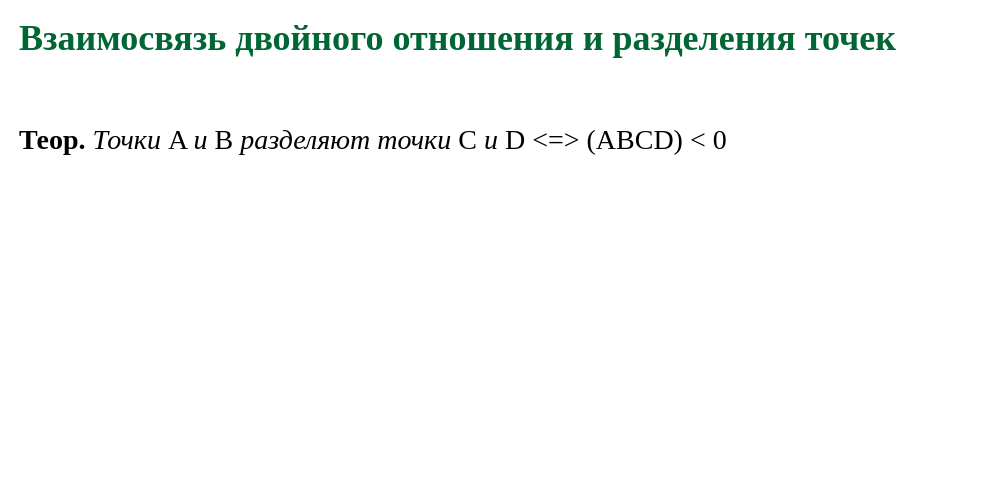
Above: page "p14" (14 of 14) of slides/point_ratio.drawio in amcp-pit/geom_course (draw.io), before the change. Source tidied: cells renumbered, new cells numbered last; positions are measured from the earlier drawing's top-left corner, leaving out a move shared by most shapes. Both pictures are drawn from the tidied source at 100%, with x=0, y=0 at pixel (17, 28).
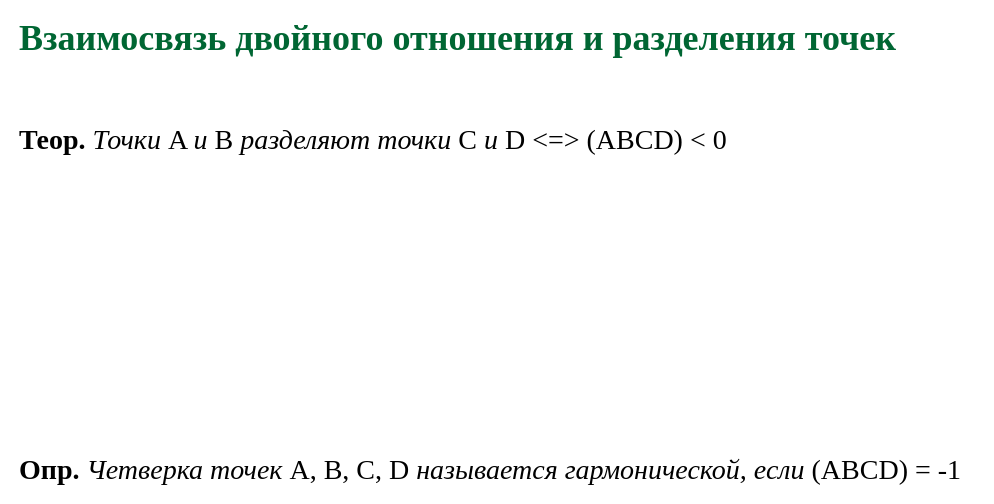
Above is the later version.

What changed in the source:
```diff
@@
 <mxGraphModel>
   <root>
     <mxCell id="0" />
     <mxCell id="1" parent="0" />
     <mxCell id="2" value="&lt;font color=&quot;#006633&quot; face=&quot;garamond&quot;&gt;&lt;span style=&quot;font-size: 36px&quot;&gt;&lt;b&gt;Взаимосвязь двойного отношения и разделения точек&lt;/b&gt;&lt;/span&gt;&lt;/font&gt;" style="text;html=1;align=left;verticalAlign=middle;whiteSpace=wrap;rounded=0;" parent="1" vertex="1">
       <mxGeometry width="920" height="20" as="geometry" />
     </mxCell>
     <mxCell id="3" value="&lt;div&gt;&lt;font face=&quot;Times New Roman&quot; style=&quot;font-size: 28px&quot;&gt;&lt;b&gt;Теор. &lt;/b&gt;&lt;i&gt;Точки &lt;/i&gt;A &lt;i&gt;и&lt;/i&gt; B &lt;i&gt;разделяют точки&amp;nbsp;&lt;/i&gt;C &lt;i&gt;и&amp;nbsp;&lt;/i&gt;&lt;/font&gt;&lt;span style=&quot;font-family: &amp;#34;times new roman&amp;#34; ; font-size: 28px&quot;&gt;D &amp;lt;=&amp;gt;&amp;nbsp;&lt;/span&gt;&lt;span style=&quot;font-size: 28px ; font-family: &amp;#34;times new roman&amp;#34;&quot;&gt;(ABCD) &amp;lt; 0&lt;/span&gt;&lt;i style=&quot;font-size: 28px ; font-family: &amp;#34;times new roman&amp;#34;&quot;&gt;&amp;nbsp;&lt;/i&gt;&lt;/div&gt;" style="text;html=1;align=left;verticalAlign=middle;" parent="1" vertex="1">
       <mxGeometry y="101" width="730" height="20" as="geometry" />
     </mxCell>
+    <mxCell id="4" value="&lt;div&gt;&lt;b style=&quot;font-size: 28px ; font-family: &amp;#34;times new roman&amp;#34;&quot;&gt;Опр. &lt;/b&gt;&lt;i style=&quot;font-size: 28px ; font-family: &amp;#34;times new roman&amp;#34;&quot;&gt;Четверка точек &lt;/i&gt;&lt;span style=&quot;font-size: 28px ; font-family: &amp;#34;times new roman&amp;#34;&quot;&gt;A, B, C, D&lt;/span&gt;&lt;i style=&quot;font-size: 28px ; font-family: &amp;#34;times new roman&amp;#34;&quot;&gt; называется гармонической, если &lt;/i&gt;&lt;span style=&quot;font-size: 28px ; font-family: &amp;#34;times new roman&amp;#34;&quot;&gt;(ABCD) = -1&lt;/span&gt;&lt;/div&gt;" style="text;html=1;align=left;verticalAlign=middle;" parent="1" vertex="1">
+      <mxGeometry y="431" width="960" height="20" as="geometry" />
+    </mxCell>
   </root>
 </mxGraphModel>
```
